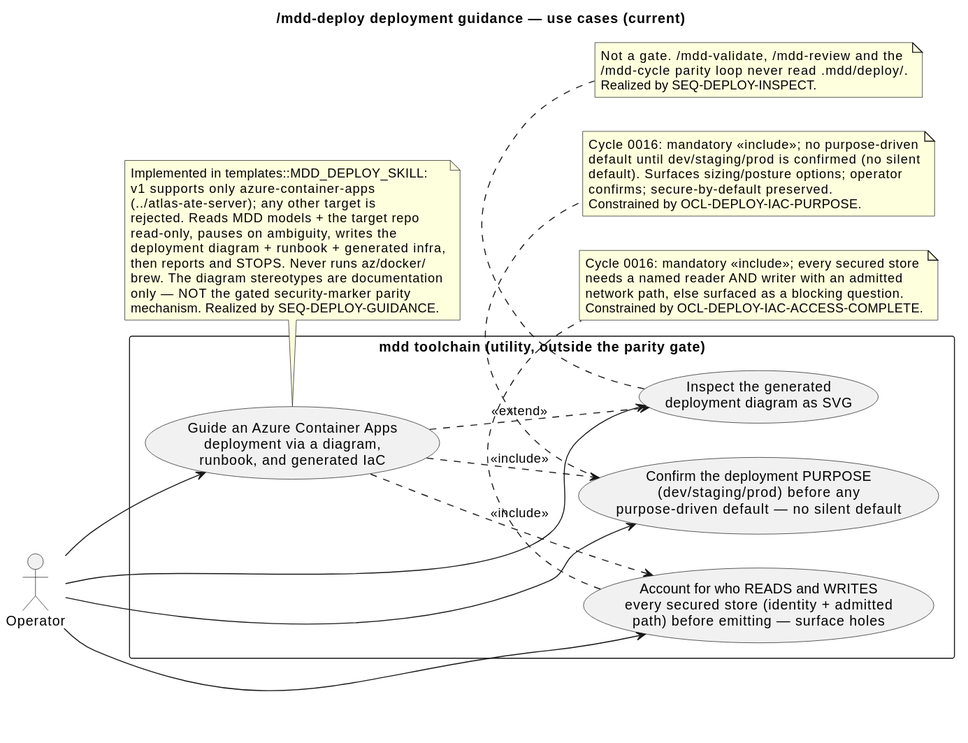
This is .mdd/rendered/map/use-cases/deploy-guidance.svg from cthadeufaria/model-driven-development, a PlantUML export, as it was before one commit.
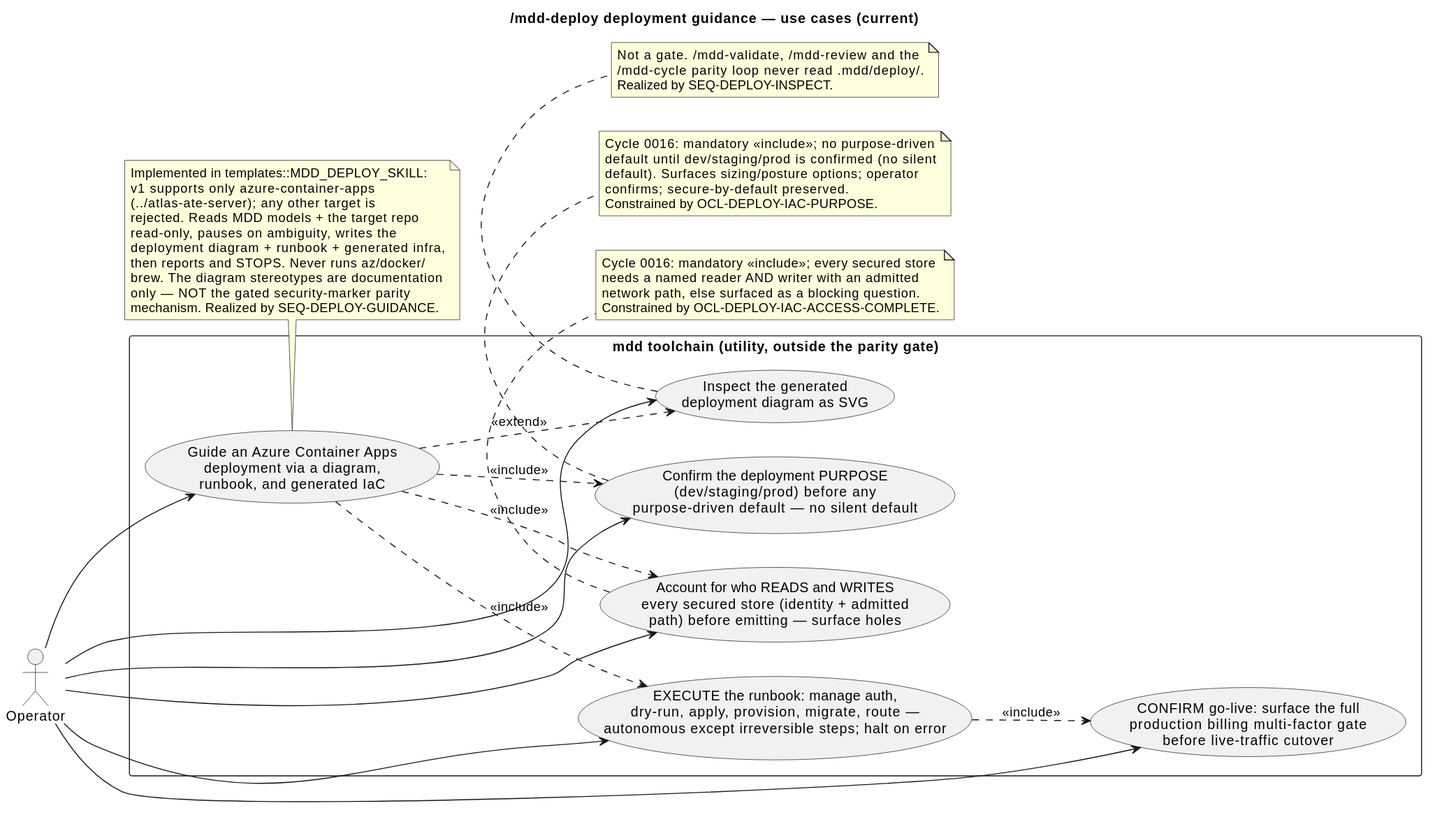
The same file after the commit.

Diff of the diagram source:
```diff
@@ -10,16 +10,22 @@
   usecase "Inspect the generated\ndeployment diagram as SVG" as Inspect
   usecase "Confirm the deployment PURPOSE\n(dev/staging/prod) before any\npurpose-driven default — no silent default" as Purpose
   usecase "Account for who READS and WRITES\nevery secured store (identity + admitted\npath) before emitting — surface holes" as AccessCheck
+  usecase "EXECUTE the runbook: manage auth,\ndry-run, apply, provision, migrate, route —\nautonomous except irreversible steps; halt on error" as Execute
+  usecase "CONFIRM go-live: surface the full\nproduction billing multi-factor gate\nbefore live-traffic cutover" as GoLive
 }
 
 Op --> Guide
 Op --> Inspect
 Op --> Purpose
 Op --> AccessCheck
+Op --> Execute
+Op --> GoLive
 
 Guide ..> Inspect : <<extend>>
 Guide ..> Purpose : <<include>>
 Guide ..> AccessCheck : <<include>>
+Guide ..> Execute : <<include>>
+Execute ..> GoLive : <<include>>
 
 note bottom of Guide
   Implemented in templates::MDD_DEPLOY_SKILL:
```
